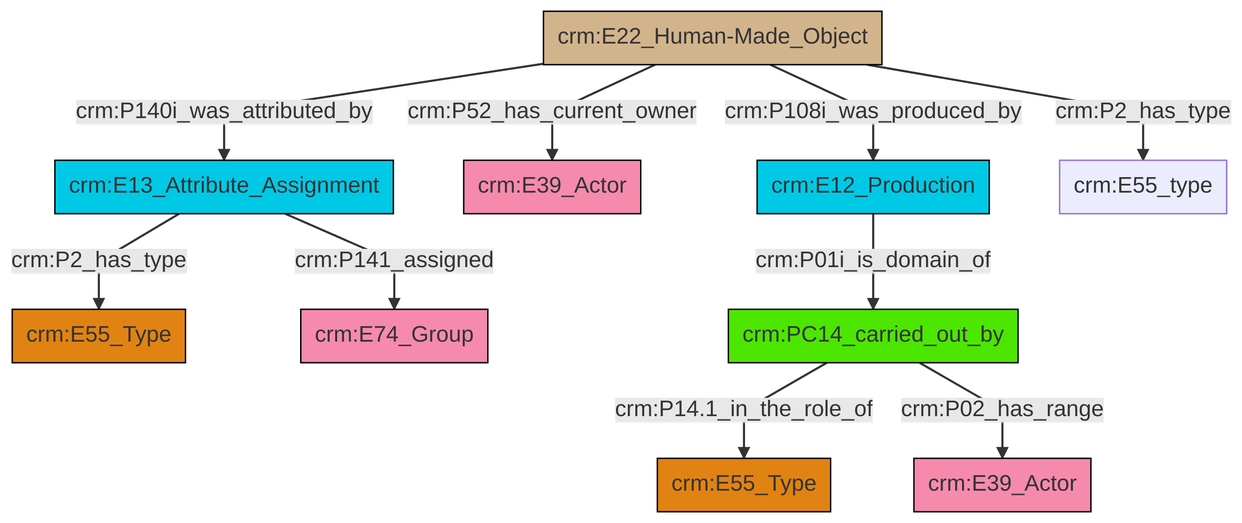
This is et/builtWorkCSV/ttl/mmd/png/Built_Work_actor_relations.png from swiss-art-research-net/docs.swissartresearch, a Mermaid export, as it was before one commit. Its source is kept beside it as et/builtWorkCSV/ttl/mmd/Built_Work_actor_relations.ttl.mmd.
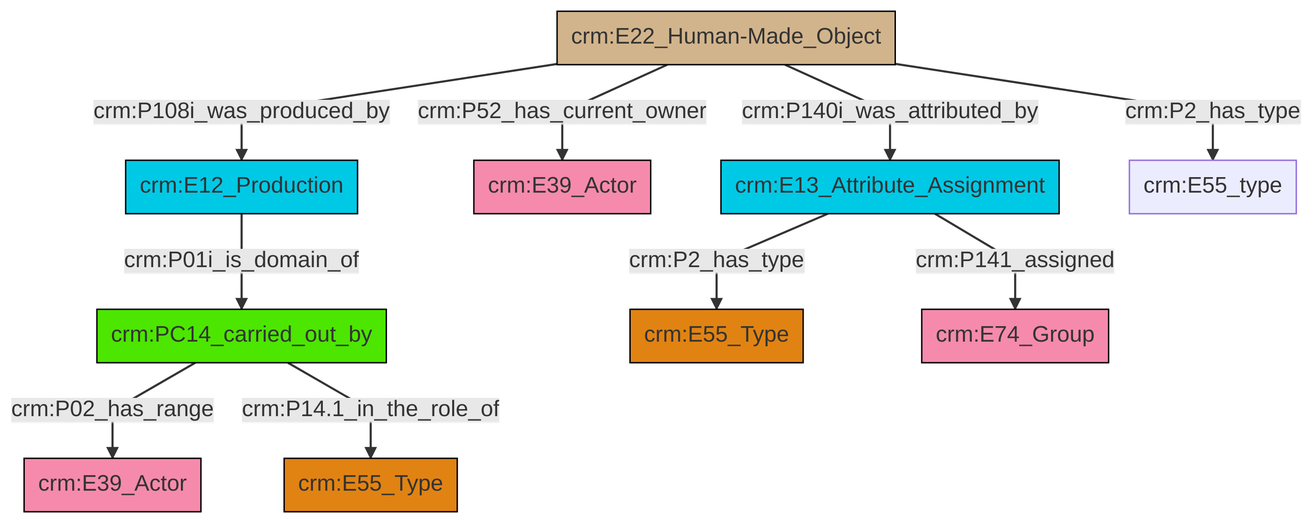
The same diagram one commit later.

The edit, as a diff of the source:
```diff
@@ -13,12 +13,12 @@
 classDef PC_Classes fill:#4ce600, stroke:#000000;
 classDef Multi fill:#cccccc,stroke:#000000;
 
-0["crm:E13_Attribute_Assignment"]:::Temporal_Entity -->|crm:P141_assigned| 4["crm:E74_Group"]:::Actor
-11["crm:PC14_carried_out_by"]:::PC_Classes -->|crm:P14.1_in_the_role_of| 12["crm:E55_Type"]:::Type
-15["crm:E22_Human-Made_Object"]:::Physical_Thing -->|crm:P2_has_type| 17["crm:E55_type"]:::Default
-15["crm:E22_Human-Made_Object"]:::Physical_Thing -->|crm:P108i_was_produced_by| 13["crm:E12_Production"]:::Temporal_Entity
-13["crm:E12_Production"]:::Temporal_Entity -->|crm:P01i_is_domain_of| 11["crm:PC14_carried_out_by"]:::PC_Classes
-15["crm:E22_Human-Made_Object"]:::Physical_Thing -->|crm:P52_has_current_owner| 6["crm:E39_Actor"]:::Actor
-11["crm:PC14_carried_out_by"]:::PC_Classes -->|crm:P02_has_range| 9["crm:E39_Actor"]:::Actor
-0["crm:E13_Attribute_Assignment"]:::Temporal_Entity -->|crm:P2_has_type| 2["crm:E55_Type"]:::Type
-15["crm:E22_Human-Made_Object"]:::Physical_Thing -->|crm:P140i_was_attributed_by| 0["crm:E13_Attribute_Assignment"]:::Temporal_Entity
+0["crm:E22_Human-Made_Object"]:::Physical_Thing -->|crm:P140i_was_attributed_by| 1["crm:E13_Attribute_Assignment"]:::Temporal_Entity
+10["crm:PC14_carried_out_by"]:::PC_Classes -->|crm:P02_has_range| 11["crm:E39_Actor"]:::Actor
+10["crm:PC14_carried_out_by"]:::PC_Classes -->|crm:P14.1_in_the_role_of| 2["crm:E55_Type"]:::Type
+1["crm:E13_Attribute_Assignment"]:::Temporal_Entity -->|crm:P2_has_type| 13["crm:E55_Type"]:::Type
+0["crm:E22_Human-Made_Object"]:::Physical_Thing -->|crm:P2_has_type| 8["crm:E55_type"]:::Default
+6["crm:E12_Production"]:::Temporal_Entity -->|crm:P01i_is_domain_of| 10["crm:PC14_carried_out_by"]:::PC_Classes
+0["crm:E22_Human-Made_Object"]:::Physical_Thing -->|crm:P108i_was_produced_by| 6["crm:E12_Production"]:::Temporal_Entity
+0["crm:E22_Human-Made_Object"]:::Physical_Thing -->|crm:P52_has_current_owner| 4["crm:E39_Actor"]:::Actor
+1["crm:E13_Attribute_Assignment"]:::Temporal_Entity -->|crm:P141_assigned| 17["crm:E74_Group"]:::Actor
```
